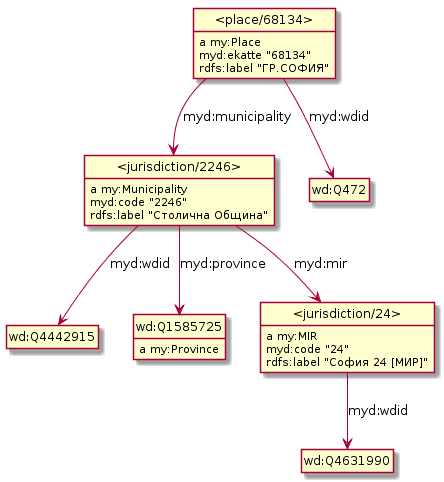
Above: model/places.png in nikolatulechki/semanticElections (PlantUML), before the change. Its diagram source:
```plantuml
@startuml
hide empty methods
hide empty attributes
hide circle
skinparam classAttributeIconSize 0
class _place_68134_ as "<place/68134>"
_place_68134_ : a my:Place
class _jurisdiction_2246_ as "<jurisdiction/2246>"
_place_68134_ -down-> _jurisdiction_2246_ : myd:municipality
class wd_Q472 as "wd:Q472"
_place_68134_ -down-> wd_Q472 : myd:wdid
_place_68134_ : myd:ekatte "68134"
_place_68134_ : rdfs:label "ГР.СОФИЯ"
_jurisdiction_2246_ : a my:Municipality
class wd_Q4442915 as "wd:Q4442915"
_jurisdiction_2246_ -down-> wd_Q4442915 : myd:wdid
class wd_Q1585725 as "wd:Q1585725"
_jurisdiction_2246_ -down-> wd_Q1585725 : myd:province
class _jurisdiction_24_ as "<jurisdiction/24>"
_jurisdiction_2246_ -down-> _jurisdiction_24_ : myd:mir
_jurisdiction_2246_ : myd:code "2246"
_jurisdiction_2246_ : rdfs:label "Столична Община"
_jurisdiction_24_ : a my:MIR
class wd_Q4631990 as "wd:Q4631990"
_jurisdiction_24_ -down-> wd_Q4631990 : myd:wdid
_jurisdiction_24_ : myd:code "24"
_jurisdiction_24_ : rdfs:label "София 24 [МИР]"
wd_Q1585725 : a my:Province
@enduml
```
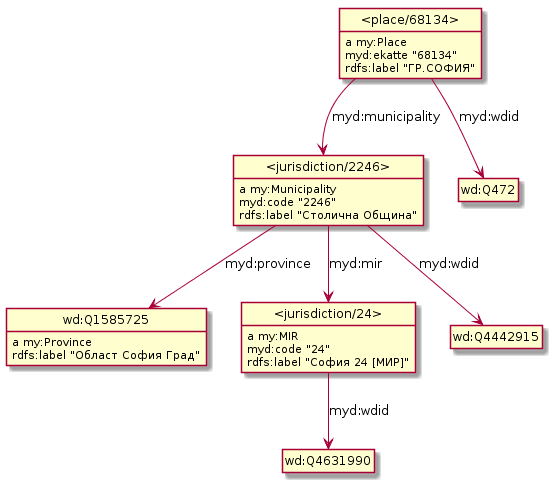
Later version of the same file.

Diff of the diagram source:
```diff
@@ -3,21 +3,14 @@
 hide empty attributes
 hide circle
 skinparam classAttributeIconSize 0
-class _place_68134_ as "<place/68134>"
-_place_68134_ : a my:Place
 class _jurisdiction_2246_ as "<jurisdiction/2246>"
-_place_68134_ -down-> _jurisdiction_2246_ : myd:municipality
-class wd_Q472 as "wd:Q472"
-_place_68134_ -down-> wd_Q472 : myd:wdid
-_place_68134_ : myd:ekatte "68134"
-_place_68134_ : rdfs:label "ГР.СОФИЯ"
 _jurisdiction_2246_ : a my:Municipality
-class wd_Q4442915 as "wd:Q4442915"
-_jurisdiction_2246_ -down-> wd_Q4442915 : myd:wdid
 class wd_Q1585725 as "wd:Q1585725"
 _jurisdiction_2246_ -down-> wd_Q1585725 : myd:province
 class _jurisdiction_24_ as "<jurisdiction/24>"
 _jurisdiction_2246_ -down-> _jurisdiction_24_ : myd:mir
+class wd_Q4442915 as "wd:Q4442915"
+_jurisdiction_2246_ -down-> wd_Q4442915 : myd:wdid
 _jurisdiction_2246_ : myd:code "2246"
 _jurisdiction_2246_ : rdfs:label "Столична Община"
 _jurisdiction_24_ : a my:MIR
@@ -26,4 +19,12 @@
 _jurisdiction_24_ : myd:code "24"
 _jurisdiction_24_ : rdfs:label "София 24 [МИР]"
 wd_Q1585725 : a my:Province
+wd_Q1585725 : rdfs:label "Област София Град"
+class _place_68134_ as "<place/68134>"
+_place_68134_ : a my:Place
+_place_68134_ -down-> _jurisdiction_2246_ : myd:municipality
+class wd_Q472 as "wd:Q472"
+_place_68134_ -down-> wd_Q472 : myd:wdid
+_place_68134_ : myd:ekatte "68134"
+_place_68134_ : rdfs:label "ГР.СОФИЯ"
 @enduml
```
